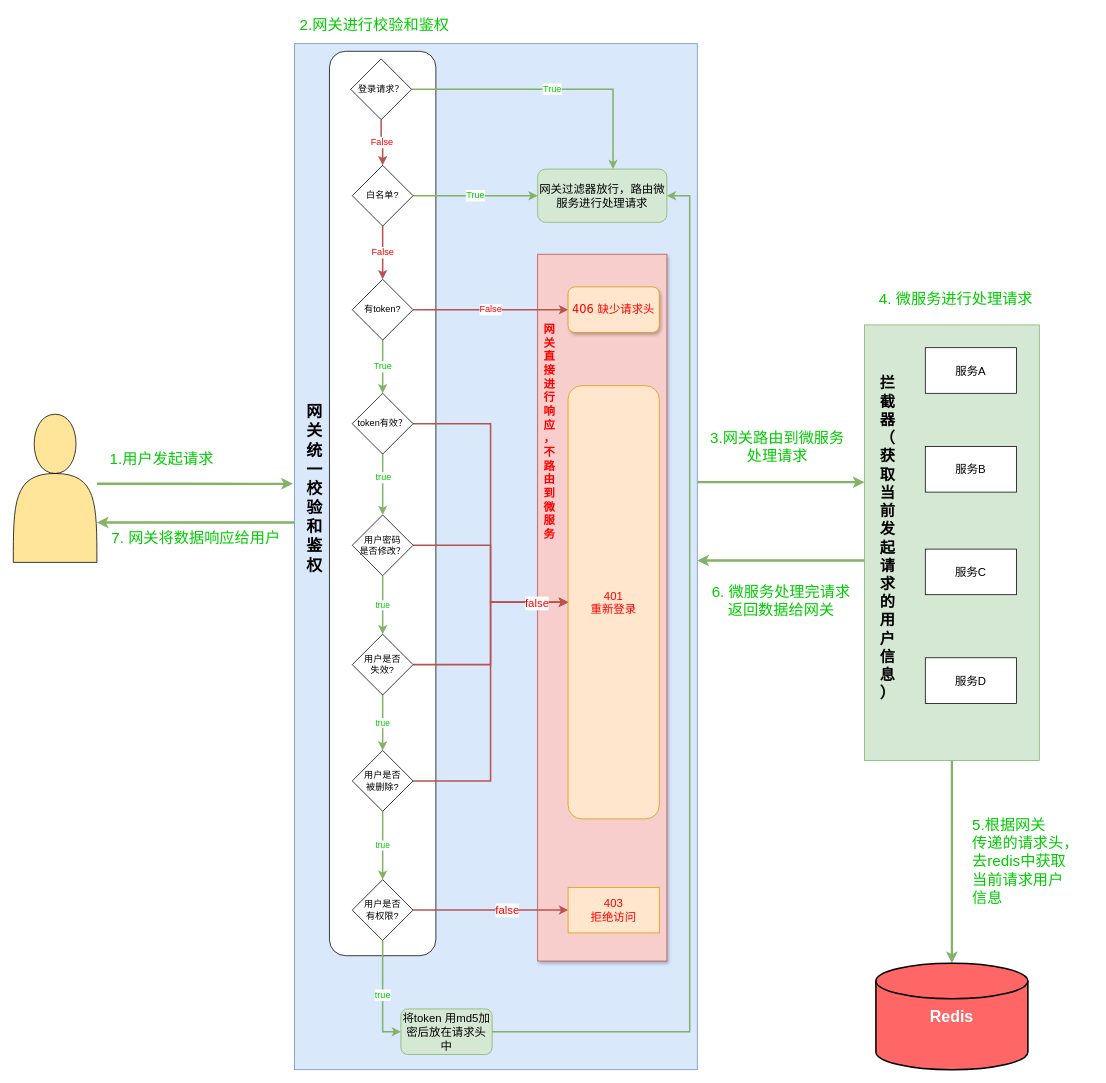
GitHubFeiLong/goudong-java keeps this draw.io diagram as drawio/处理用户请求流程.drawio. Above is the earlier version. Source tidied: cells renumbered, new cells numbered last; positions are measured from the earlier drawing's top-left corner, leaving out a move shared by most shapes. Both pictures are drawn from the tidied source at 76%, with x=0, y=0 at pixel (13, 13).
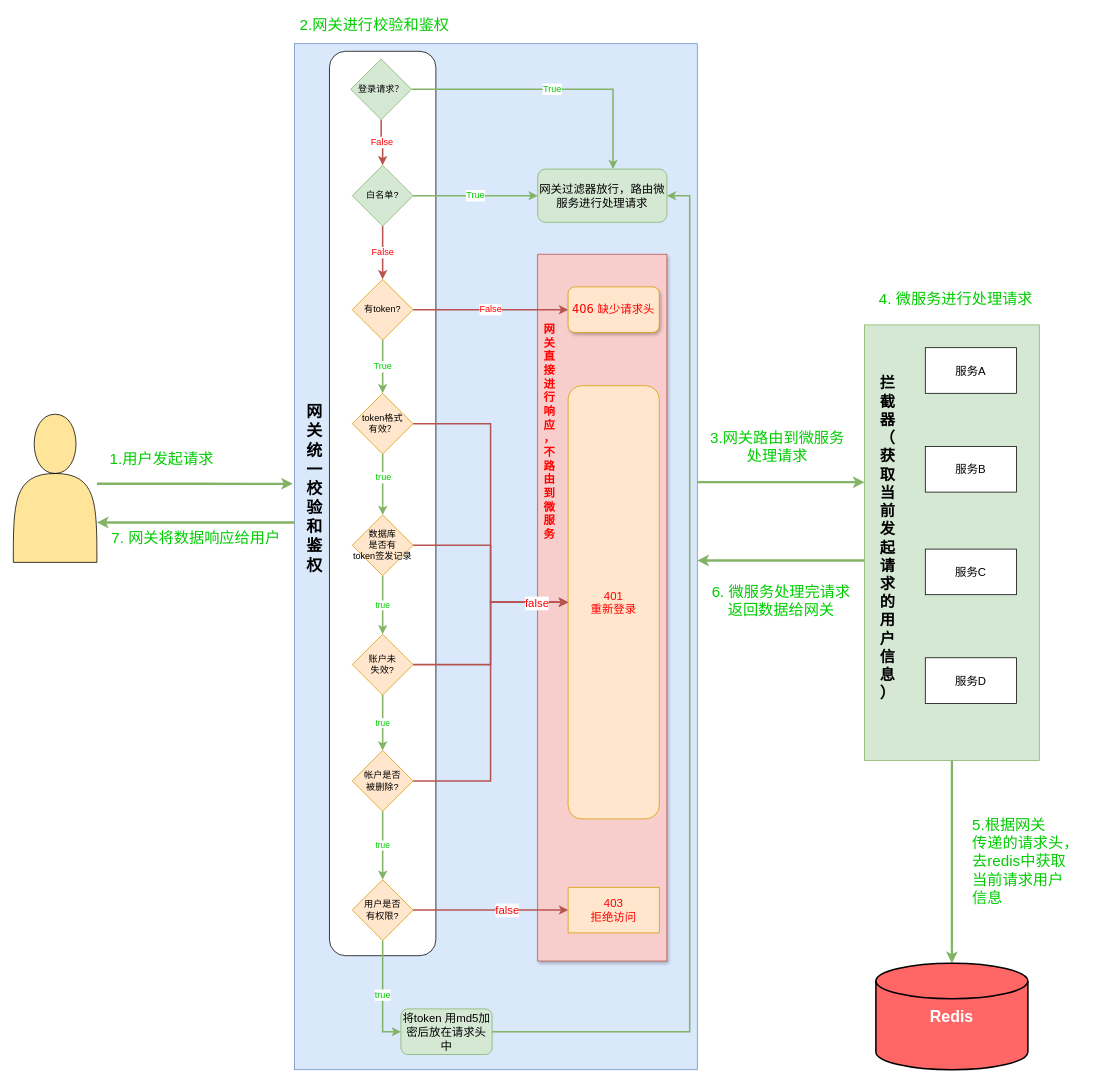
The same page after the edit.

The edit, as a diff of the source:
```diff
@@
-    <mxCell id="13" value="token有效？" style="rhombus;whiteSpace=wrap;html=1;" parent="1" vertex="1">
+    <mxCell id="13" value="token格式&lt;br&gt;有效？" style="rhombus;whiteSpace=wrap;html=1;fillColor=#ffe6cc;strokeColor=#d79b00;" parent="1" vertex="1">
       <mxGeometry x="446" y="500" width="80" height="80" as="geometry" />
     </mxCell>
@@
-    <mxCell id="16" value="有token?" style="rhombus;whiteSpace=wrap;html=1;" parent="1" vertex="1">
+    <mxCell id="16" value="有token?" style="rhombus;whiteSpace=wrap;html=1;fillColor=#ffe6cc;strokeColor=#d79b00;" parent="1" vertex="1">
       <mxGeometry x="446" y="350" width="80" height="80" as="geometry" />
     </mxCell>
@@
-    <mxCell id="19" value="登录请求？" style="rhombus;whiteSpace=wrap;html=1;" parent="1" vertex="1">
+    <mxCell id="19" value="登录请求？" style="rhombus;whiteSpace=wrap;html=1;fillColor=#d5e8d4;strokeColor=#82b366;" parent="1" vertex="1">
       <mxGeometry x="444" y="60" width="80" height="80" as="geometry" />
     </mxCell>
@@
-    <mxCell id="23" value="用户密码&lt;br&gt;是否修改？" style="rhombus;whiteSpace=wrap;html=1;" parent="1" vertex="1">
+    <mxCell id="23" value="数据库&lt;br&gt;是否有&lt;br&gt;token签发记录" style="rhombus;whiteSpace=wrap;html=1;fillColor=#ffe6cc;strokeColor=#d79b00;" parent="1" vertex="1">
       <mxGeometry x="446" y="660" width="80" height="80" as="geometry" />
     </mxCell>
@@
-    <mxCell id="26" value="用户是否&lt;br&gt;失效?" style="rhombus;whiteSpace=wrap;html=1;" parent="1" vertex="1">
+    <mxCell id="26" value="账户未&lt;br&gt;失效?" style="rhombus;whiteSpace=wrap;html=1;fillColor=#ffe6cc;strokeColor=#d79b00;" parent="1" vertex="1">
       <mxGeometry x="446" y="817" width="80" height="80" as="geometry" />
     </mxCell>
@@
-    <mxCell id="30" value="用户是否&lt;br&gt;被删除?" style="rhombus;whiteSpace=wrap;html=1;" parent="1" vertex="1">
+    <mxCell id="30" value="帐户是否&lt;br&gt;被删除?" style="rhombus;whiteSpace=wrap;html=1;fillColor=#ffe6cc;strokeColor=#d79b00;" parent="1" vertex="1">
       <mxGeometry x="446" y="970" width="80" height="80" as="geometry" />
     </mxCell>
@@
-    <mxCell id="37" value="用户是否&lt;br&gt;有权限?" style="rhombus;whiteSpace=wrap;html=1;" parent="1" vertex="1">
+    <mxCell id="37" value="用户是否&lt;br&gt;有权限?" style="rhombus;whiteSpace=wrap;html=1;fillColor=#ffe6cc;strokeColor=#d79b00;" parent="1" vertex="1">
       <mxGeometry x="446" y="1140" width="80" height="80" as="geometry" />
     </mxCell>
@@
-    <mxCell id="56" value="白名单?" style="rhombus;whiteSpace=wrap;html=1;" parent="1" vertex="1">
+    <mxCell id="56" value="白名单?" style="rhombus;whiteSpace=wrap;html=1;fillColor=#d5e8d4;strokeColor=#82b366;" parent="1" vertex="1">
       <mxGeometry x="446" y="200" width="80" height="80" as="geometry" />
     </mxCell>
```
